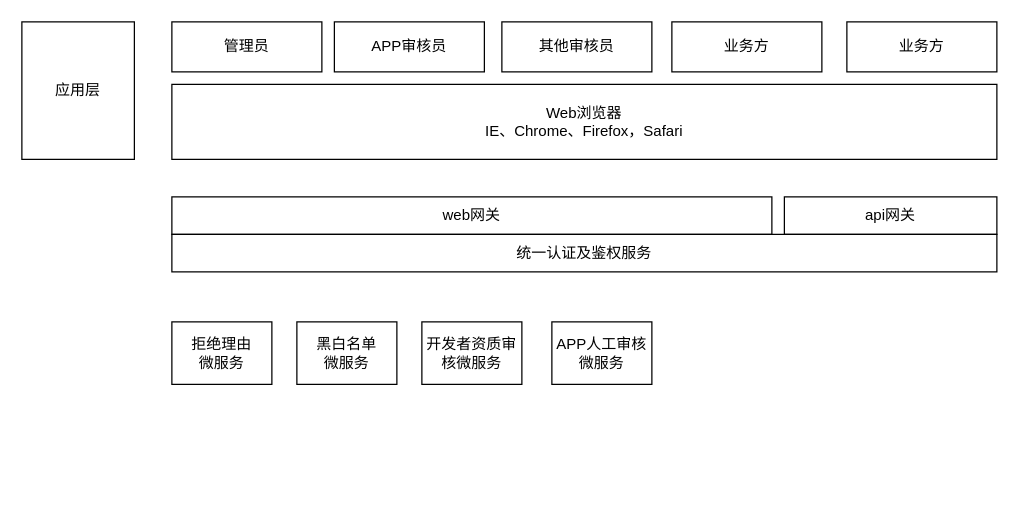
The draw.io diagram 开题报告.drawio in wangerg/drawl, before the edit. Source tidied: cells renumbered, new cells numbered last; positions are measured from the earlier drawing's top-left corner, leaving out a move shared by most shapes. Both pictures are drawn from the tidied source at 125%, with x=0, y=0 at pixel (21, 21).
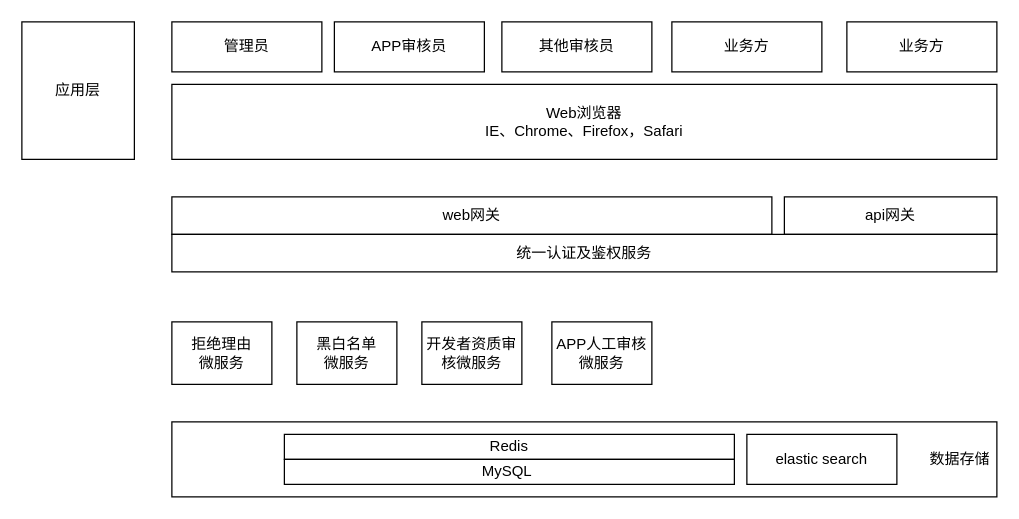
After the change.

Diff of the diagram source:
```diff
@@
+    <mxCell id="16" style="rounded=0;whiteSpace=wrap;html=1;" parent="1" vertex="1">
+      <mxGeometry x="120" y="320" width="660" height="60" as="geometry" />
+    </mxCell>
@@
+    <mxCell id="17" value="Redis" style="rounded=0;whiteSpace=wrap;html=1;" parent="1" vertex="1">
+      <mxGeometry x="210" y="330" width="360" height="20" as="geometry" />
+    </mxCell>
+    <mxCell id="18" value="MySQL&amp;nbsp;" style="rounded=0;whiteSpace=wrap;html=1;" parent="1" vertex="1">
+      <mxGeometry x="210" y="350" width="360" height="20" as="geometry" />
+    </mxCell>
+    <mxCell id="19" value="elastic search" style="rounded=0;whiteSpace=wrap;html=1;" parent="1" vertex="1">
+      <mxGeometry x="580" y="330" width="120" height="40" as="geometry" />
+    </mxCell>
+    <mxCell id="20" value="数据存储" style="text;html=1;align=center;verticalAlign=middle;strokeColor=none;fillColor=none;" parent="1" vertex="1">
+      <mxGeometry x="720" y="340" width="60" height="20" as="geometry" />
+    </mxCell>
```
